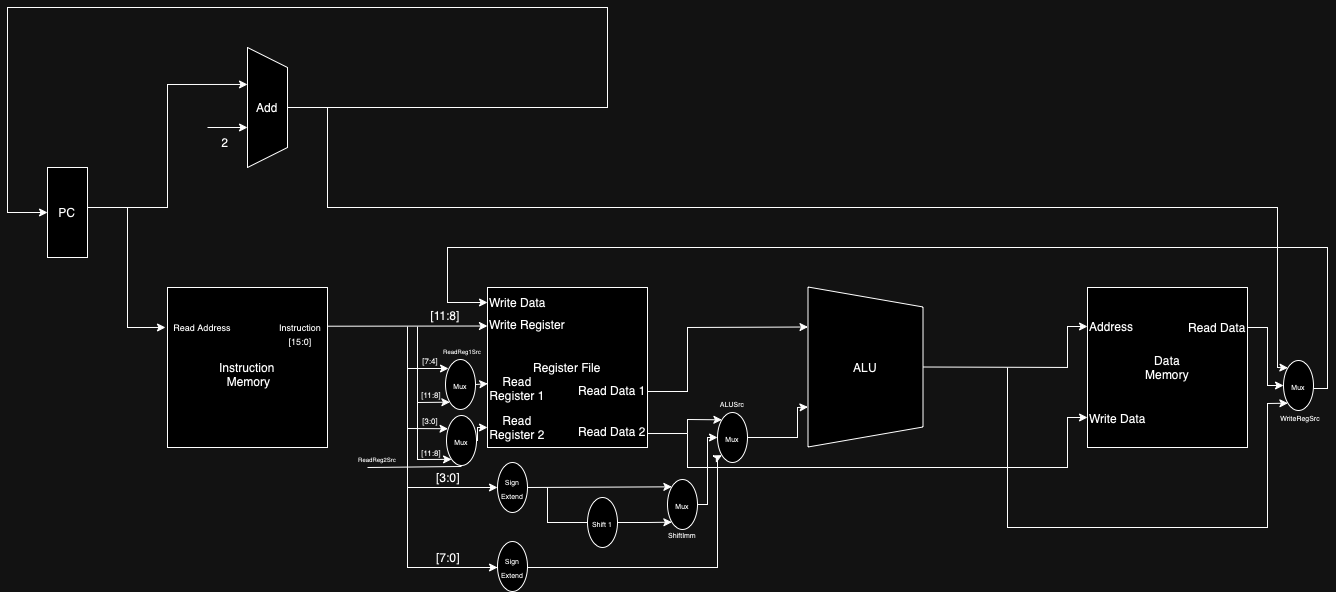
Before: images/CS552_project_phase1.drawio.png, a diagram exported from draw.io (hcyang1106/CS552-WISC-S24). Source tidied: cells renumbered, new cells last; positions are measured from the earlier drawing's top-left corner, leaving out a move shared by most shapes.
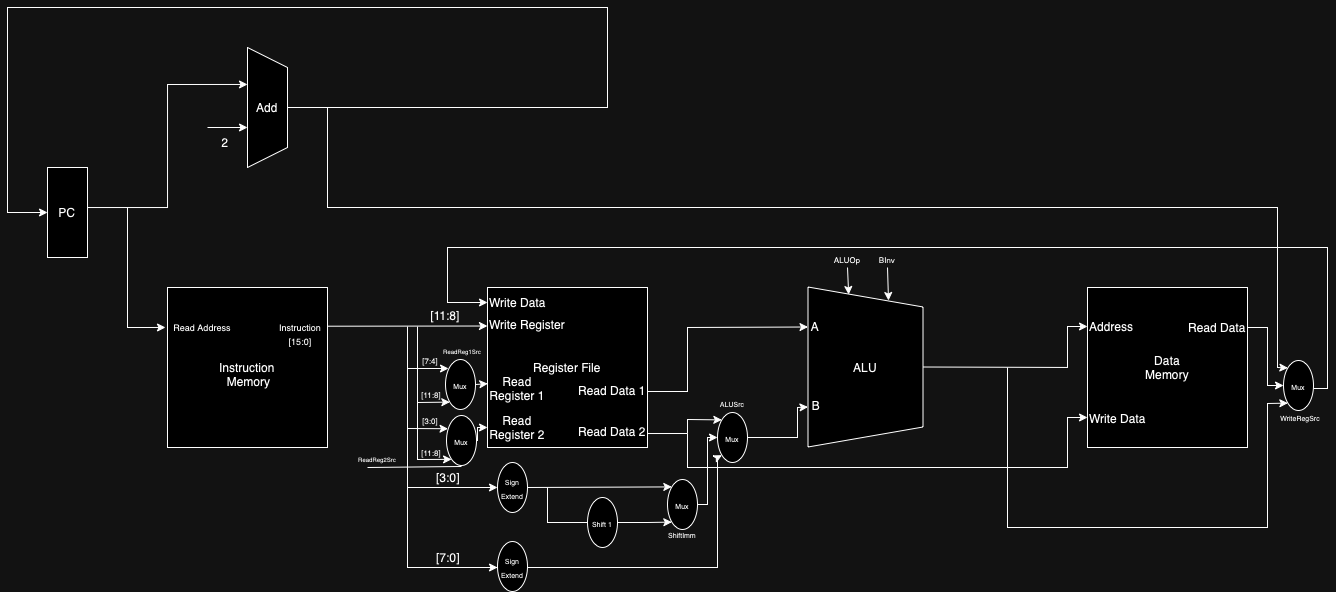
Later version of the same file.

Commit message:
modify implementation 2 diagram

Diff of the diagram source:
```diff
@@ -346,5 +346,29 @@
         </Array>
       </mxGeometry>
     </mxCell>
+    <mxCell id="69" style="endArrow=classic;html=1;rounded=0;entryX=0;entryY=0.75;entryDx=0;entryDy=0;" parent="1" edge="1">
+      <mxGeometry relative="1" as="geometry">
+        <mxPoint x="840" y="260" as="sourcePoint" />
+        <mxPoint x="841.2" y="287" as="targetPoint" />
+      </mxGeometry>
+    </mxCell>
+    <mxCell id="70" style="endArrow=classic;html=1;rounded=0;entryX=0;entryY=0.75;entryDx=0;entryDy=0;" parent="1" edge="1">
+      <mxGeometry relative="1" as="geometry">
+        <mxPoint x="880" y="260" as="sourcePoint" />
+        <mxPoint x="881" y="293" as="targetPoint" />
+      </mxGeometry>
+    </mxCell>
+    <mxCell id="71" value="&lt;font style=&quot;font-size: 8px;&quot;&gt;ALUOp&lt;/font&gt;" style="text;html=1;align=center;verticalAlign=middle;whiteSpace=wrap;rounded=0;" parent="1" vertex="1">
+      <mxGeometry x="810" y="236" width="60" height="30" as="geometry" />
+    </mxCell>
+    <mxCell id="72" value="&lt;span style=&quot;font-size: 8px;&quot;&gt;BInv&lt;/span&gt;" style="text;html=1;align=center;verticalAlign=middle;whiteSpace=wrap;rounded=0;" parent="1" vertex="1">
+      <mxGeometry x="850" y="236" width="60" height="30" as="geometry" />
+    </mxCell>
+    <mxCell id="73" value="A" style="text;html=1;align=center;verticalAlign=middle;whiteSpace=wrap;rounded=0;" parent="1" vertex="1">
+      <mxGeometry x="778" y="304" width="60" height="30" as="geometry" />
+    </mxCell>
+    <mxCell id="74" value="B" style="text;html=1;align=center;verticalAlign=middle;whiteSpace=wrap;rounded=0;" parent="1" vertex="1">
+      <mxGeometry x="779" y="383" width="60" height="30" as="geometry" />
+    </mxCell>
   </root>
 </mxGraphModel>
```
